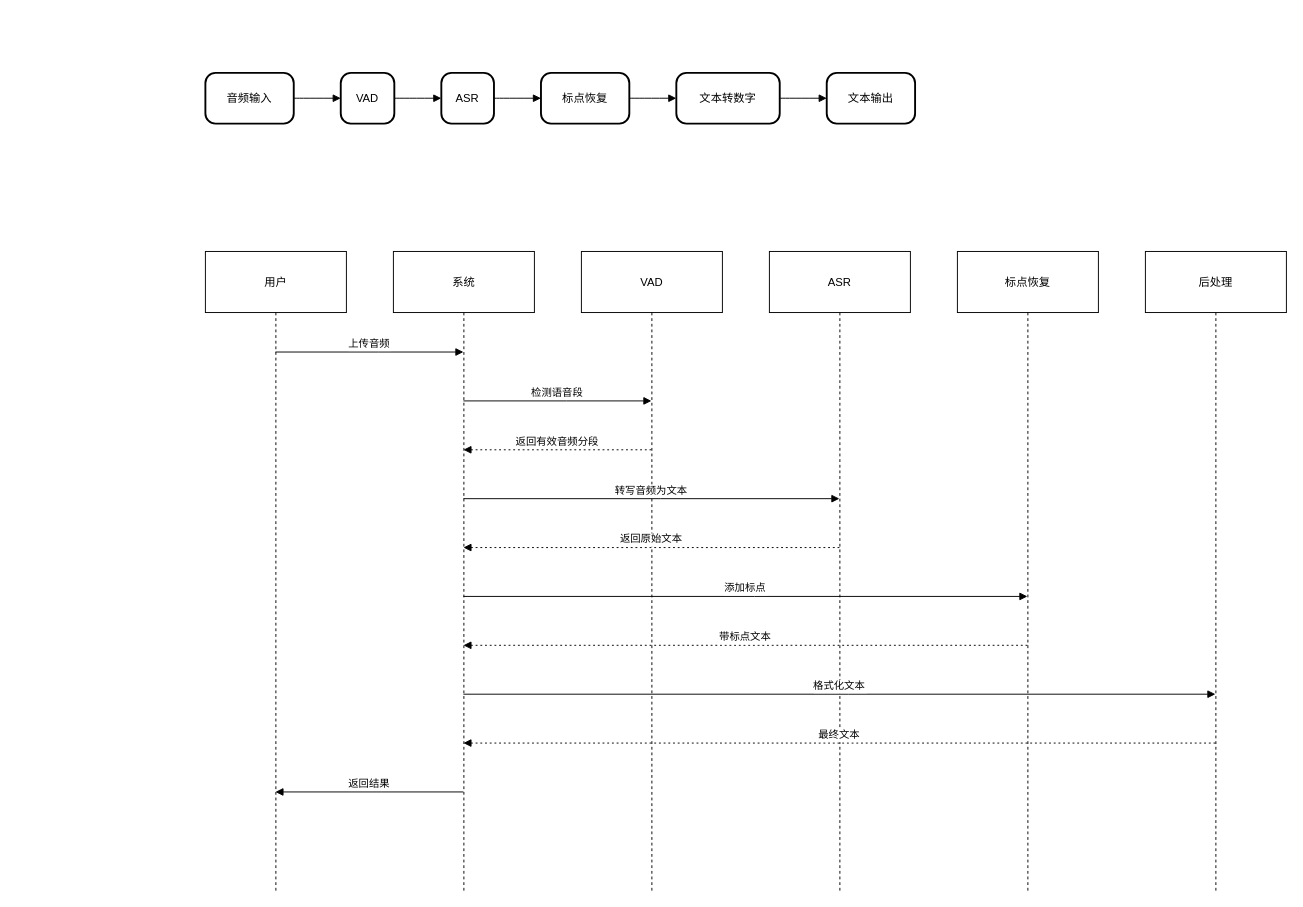
The draw.io diagram asr.drawio in huangxioaxie/adminCode, before the edit. Source tidied: cells renumbered, new cells numbered last; positions are measured from the earlier drawing's top-left corner, leaving out a move shared by most shapes. Both pictures are drawn from the tidied source at 94%, with x=0, y=0 at pixel (205, 72).
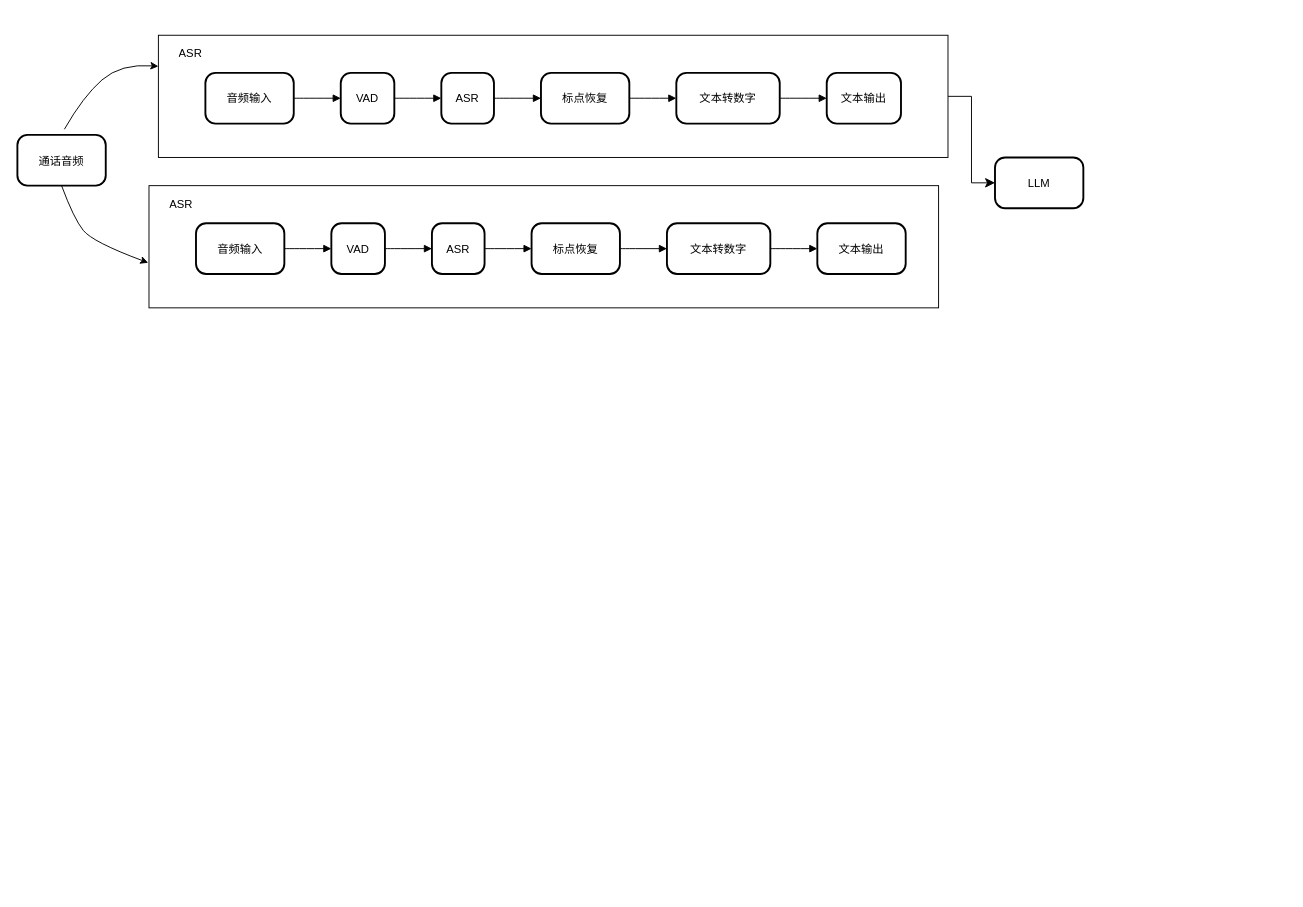
The same diagram, later.

Diff of the diagram source:
```diff
@@
+    <mxCell id="29" style="rounded=0;whiteSpace=wrap;html=1;" parent="1" vertex="1">
+      <mxGeometry x="-50" y="-40" width="840" height="130" as="geometry" />
+    </mxCell>
@@
     <mxCell id="7" value="文本输出" style="rounded=1;arcSize=20;strokeWidth=2;" parent="1" vertex="1">
-      <mxGeometry x="661" width="94" height="54" as="geometry" />
+      <mxGeometry x="661" width="79" height="54" as="geometry" />
     </mxCell>
@@
-    <mxCell id="13" value="用户" style="shape=umlLifeline;perimeter=lifelinePerimeter;whiteSpace=wrap;outlineConnect=0;portConstraint=eastwest;newEdgeStyle={&quot;edgeStyle&quot;:&quot;elbowEdgeStyle&quot;,&quot;elbow&quot;:&quot;vertical&quot;,&quot;curved&quot;:0,&quot;rounded&quot;:0};size=65;" parent="1" vertex="1">
-      <mxGeometry y="190" width="150" height="680" as="geometry" />
-    </mxCell>
-    <mxCell id="14" value="系统" style="shape=umlLifeline;perimeter=lifelinePerimeter;whiteSpace=wrap;outlineConnect=0;portConstraint=eastwest;newEdgeStyle={&quot;edgeStyle&quot;:&quot;elbowEdgeStyle&quot;,&quot;elbow&quot;:&quot;vertical&quot;,&quot;curved&quot;:0,&quot;rounded&quot;:0};size=65;" parent="1" vertex="1">
-      <mxGeometry x="200" y="190" width="150" height="680" as="geometry" />
-    </mxCell>
+    <mxCell id="30" value="&lt;div&gt;ASR&lt;/div&gt;" style="text;strokeColor=none;fillColor=none;html=1;whiteSpace=wrap;verticalAlign=middle;overflow=hidden;" parent="1" vertex="1">
+      <mxGeometry x="-30" y="-60" width="100" height="80" as="geometry" />
+    </mxCell>
+    <mxCell id="31" style="rounded=0;whiteSpace=wrap;html=1;" parent="1" vertex="1">
+      <mxGeometry x="-60" y="120" width="840" height="130" as="geometry" />
+    </mxCell>
+    <mxCell id="32" value="音频输入" style="rounded=1;arcSize=20;strokeWidth=2;" parent="1" vertex="1">
+      <mxGeometry x="-10" y="160" width="94" height="54" as="geometry" />
+    </mxCell>
-    <mxCell id="15" value="VAD" style="shape=umlLifeline;perimeter=lifelinePerimeter;whiteSpace=wrap;outlineConnect=0;portConstraint=eastwest;newEdgeStyle={&quot;edgeStyle&quot;:&quot;elbowEdgeStyle&quot;,&quot;elbow&quot;:&quot;vertical&quot;,&quot;curved&quot;:0,&quot;rounded&quot;:0};size=65;" parent="1" vertex="1">
-      <mxGeometry x="400" y="190" width="150" height="680" as="geometry" />
+    <mxCell id="15" value="VAD" style="rounded=1;arcSize=20;strokeWidth=2;" parent="1" vertex="1">
+      <mxGeometry x="134" y="160" width="57" height="54" as="geometry" />
     </mxCell>
-    <mxCell id="16" value="ASR" style="shape=umlLifeline;perimeter=lifelinePerimeter;whiteSpace=wrap;outlineConnect=0;portConstraint=eastwest;newEdgeStyle={&quot;edgeStyle&quot;:&quot;elbowEdgeStyle&quot;,&quot;elbow&quot;:&quot;vertical&quot;,&quot;curved&quot;:0,&quot;rounded&quot;:0};size=65;" parent="1" vertex="1">
-      <mxGeometry x="600" y="190" width="150" height="680" as="geometry" />
-    </mxCell>
+    <mxCell id="33" value="ASR" style="rounded=1;arcSize=20;strokeWidth=2;" parent="1" vertex="1">
+      <mxGeometry x="241" y="160" width="56" height="54" as="geometry" />
+    </mxCell>
-    <mxCell id="17" value="标点恢复" style="shape=umlLifeline;perimeter=lifelinePerimeter;whiteSpace=wrap;outlineConnect=0;portConstraint=eastwest;newEdgeStyle={&quot;edgeStyle&quot;:&quot;elbowEdgeStyle&quot;,&quot;elbow&quot;:&quot;vertical&quot;,&quot;curved&quot;:0,&quot;rounded&quot;:0};size=65;" parent="1" vertex="1">
-      <mxGeometry x="800" y="190" width="150" height="680" as="geometry" />
+    <mxCell id="17" value="标点恢复" style="rounded=1;arcSize=20;strokeWidth=2;" parent="1" vertex="1">
+      <mxGeometry x="347" y="160" width="94" height="54" as="geometry" />
     </mxCell>
-    <mxCell id="18" value="后处理" style="shape=umlLifeline;perimeter=lifelinePerimeter;whiteSpace=wrap;outlineConnect=0;portConstraint=eastwest;newEdgeStyle={&quot;edgeStyle&quot;:&quot;elbowEdgeStyle&quot;,&quot;elbow&quot;:&quot;vertical&quot;,&quot;curved&quot;:0,&quot;rounded&quot;:0};size=65;" parent="1" vertex="1">
-      <mxGeometry x="1000" y="190" width="150" height="680" as="geometry" />
-    </mxCell>
-    <mxCell id="19" value="上传音频" style="verticalAlign=bottom;edgeStyle=elbowEdgeStyle;elbow=vertical;curved=0;rounded=0;endArrow=block;" parent="1" edge="1" source="13" target="14">
-      <mxGeometry relative="1" as="geometry">
-        <Array as="points">
-          <mxPoint x="184" y="297" />
-        </Array>
-      </mxGeometry>
-    </mxCell>
-    <mxCell id="20" value="检测语音段" style="verticalAlign=bottom;edgeStyle=elbowEdgeStyle;elbow=vertical;curved=0;rounded=0;endArrow=block;" parent="1" edge="1" source="14" target="15">
-      <mxGeometry relative="1" as="geometry">
-        <Array as="points">
-          <mxPoint x="384" y="349" />
-        </Array>
-      </mxGeometry>
-    </mxCell>
-    <mxCell id="21" value="返回有效音频分段" style="verticalAlign=bottom;edgeStyle=elbowEdgeStyle;elbow=vertical;curved=0;rounded=0;dashed=1;dashPattern=2 3;endArrow=block;" parent="1" edge="1" source="15" target="14">
-      <mxGeometry relative="1" as="geometry">
-        <Array as="points">
-          <mxPoint x="387" y="401" />
-        </Array>
-      </mxGeometry>
-    </mxCell>
-    <mxCell id="22" value="转写音频为文本" style="verticalAlign=bottom;edgeStyle=elbowEdgeStyle;elbow=vertical;curved=0;rounded=0;endArrow=block;" parent="1" edge="1" source="14" target="16">
-      <mxGeometry relative="1" as="geometry">
-        <Array as="points">
-          <mxPoint x="484" y="453" />
-        </Array>
-      </mxGeometry>
-    </mxCell>
-    <mxCell id="23" value="返回原始文本" style="verticalAlign=bottom;edgeStyle=elbowEdgeStyle;elbow=vertical;curved=0;rounded=0;dashed=1;dashPattern=2 3;endArrow=block;" parent="1" edge="1" source="16" target="14">
-      <mxGeometry relative="1" as="geometry">
-        <Array as="points">
-          <mxPoint x="487" y="505" />
-        </Array>
-      </mxGeometry>
-    </mxCell>
-    <mxCell id="24" value="添加标点" style="verticalAlign=bottom;edgeStyle=elbowEdgeStyle;elbow=vertical;curved=0;rounded=0;endArrow=block;" parent="1" edge="1" source="14" target="17">
-      <mxGeometry relative="1" as="geometry">
-        <Array as="points">
-          <mxPoint x="584" y="557" />
-        </Array>
-      </mxGeometry>
-    </mxCell>
-    <mxCell id="25" value="带标点文本" style="verticalAlign=bottom;edgeStyle=elbowEdgeStyle;elbow=vertical;curved=0;rounded=0;dashed=1;dashPattern=2 3;endArrow=block;" parent="1" edge="1" source="17" target="14">
-      <mxGeometry relative="1" as="geometry">
-        <Array as="points">
-          <mxPoint x="587" y="609" />
-        </Array>
-      </mxGeometry>
-    </mxCell>
-    <mxCell id="26" value="格式化文本" style="verticalAlign=bottom;edgeStyle=elbowEdgeStyle;elbow=vertical;curved=0;rounded=0;endArrow=block;" parent="1" edge="1" source="14" target="18">
-      <mxGeometry relative="1" as="geometry">
-        <Array as="points">
-          <mxPoint x="684" y="661" />
-        </Array>
-      </mxGeometry>
-    </mxCell>
-    <mxCell id="27" value="最终文本" style="verticalAlign=bottom;edgeStyle=elbowEdgeStyle;elbow=vertical;curved=0;rounded=0;dashed=1;dashPattern=2 3;endArrow=block;" parent="1" edge="1" source="18" target="14">
-      <mxGeometry relative="1" as="geometry">
-        <Array as="points">
-          <mxPoint x="687" y="713" />
-        </Array>
-      </mxGeometry>
-    </mxCell>
-    <mxCell id="28" value="返回结果" style="verticalAlign=bottom;edgeStyle=elbowEdgeStyle;elbow=vertical;curved=0;rounded=0;endArrow=block;" parent="1" edge="1" source="14" target="13">
-      <mxGeometry relative="1" as="geometry">
-        <Array as="points">
-          <mxPoint x="187" y="765" />
-        </Array>
-      </mxGeometry>
-    </mxCell>
+    <mxCell id="34" value="文本转数字" style="rounded=1;arcSize=20;strokeWidth=2;" parent="1" vertex="1">
+      <mxGeometry x="491" y="160" width="110" height="54" as="geometry" />
+    </mxCell>
+    <mxCell id="35" value="文本输出" style="rounded=1;arcSize=20;strokeWidth=2;" parent="1" vertex="1">
+      <mxGeometry x="651" y="160" width="94" height="54" as="geometry" />
+    </mxCell>
+    <mxCell id="36" style="curved=1;startArrow=none;endArrow=block;exitX=1;exitY=0.5;entryX=0;entryY=0.5;rounded=0;" parent="1" edge="1" source="32" target="15">
+      <mxGeometry relative="1" as="geometry" />
+    </mxCell>
+    <mxCell id="37" style="curved=1;startArrow=none;endArrow=block;exitX=1;exitY=0.5;entryX=0;entryY=0.5;rounded=0;" parent="1" edge="1" source="15" target="33">
+      <mxGeometry relative="1" as="geometry" />
+    </mxCell>
+    <mxCell id="38" style="curved=1;startArrow=none;endArrow=block;exitX=1.01;exitY=0.5;entryX=0;entryY=0.5;rounded=0;" parent="1" edge="1" source="33" target="17">
+      <mxGeometry relative="1" as="geometry" />
+    </mxCell>
+    <mxCell id="39" style="curved=1;startArrow=none;endArrow=block;exitX=1;exitY=0.5;entryX=0;entryY=0.5;rounded=0;" parent="1" edge="1" source="17" target="34">
+      <mxGeometry relative="1" as="geometry" />
+    </mxCell>
+    <mxCell id="40" style="curved=1;startArrow=none;endArrow=block;exitX=1;exitY=0.5;entryX=0;entryY=0.5;rounded=0;" parent="1" edge="1" source="34" target="35">
+      <mxGeometry relative="1" as="geometry" />
+    </mxCell>
+    <mxCell id="41" value="&lt;div&gt;ASR&lt;/div&gt;" style="text;strokeColor=none;fillColor=none;html=1;whiteSpace=wrap;verticalAlign=middle;overflow=hidden;" parent="1" vertex="1">
+      <mxGeometry x="-40" y="100" width="100" height="80" as="geometry" />
+    </mxCell>
+    <mxCell id="42" value="通话音频" style="rounded=1;arcSize=20;strokeWidth=2;" parent="1" vertex="1">
+      <mxGeometry x="-200" y="66" width="94" height="54" as="geometry" />
+    </mxCell>
+    <mxCell id="43" style="curved=1;endArrow=classic;html=1;rounded=0;" parent="1" edge="1" target="29">
+      <mxGeometry relative="1" as="geometry">
+        <mxPoint x="-150" y="60" as="sourcePoint" />
+        <Array as="points">
+          <mxPoint x="-130" y="25" />
+          <mxPoint x="-90" y="-10" />
+        </Array>
+      </mxGeometry>
+    </mxCell>
+    <mxCell id="44" style="curved=1;endArrow=classic;html=1;rounded=0;entryX=-0.001;entryY=0.631;entryDx=0;entryDy=0;entryPerimeter=0;exitX=0.5;exitY=1;exitDx=0;exitDy=0;" parent="1" edge="1" source="42" target="31">
+      <mxGeometry relative="1" as="geometry">
+        <Array as="points">
+          <mxPoint x="-140" y="155" />
+          <mxPoint x="-120" y="180" />
+        </Array>
+      </mxGeometry>
+    </mxCell>
+    <mxCell id="45" value="LLM" style="rounded=1;arcSize=20;strokeWidth=2;" parent="1" vertex="1">
+      <mxGeometry x="840" y="90" width="94" height="54" as="geometry" />
+    </mxCell>
+    <mxCell id="46" style="edgeStyle=elbowEdgeStyle;elbow=vertical;endArrow=classic;html=1;curved=0;rounded=0;endSize=8;startSize=8;entryX=0;entryY=0.5;entryDx=0;entryDy=0;" parent="1" edge="1" source="29" target="45">
+      <mxGeometry relative="1" as="geometry" />
+    </mxCell>
```
